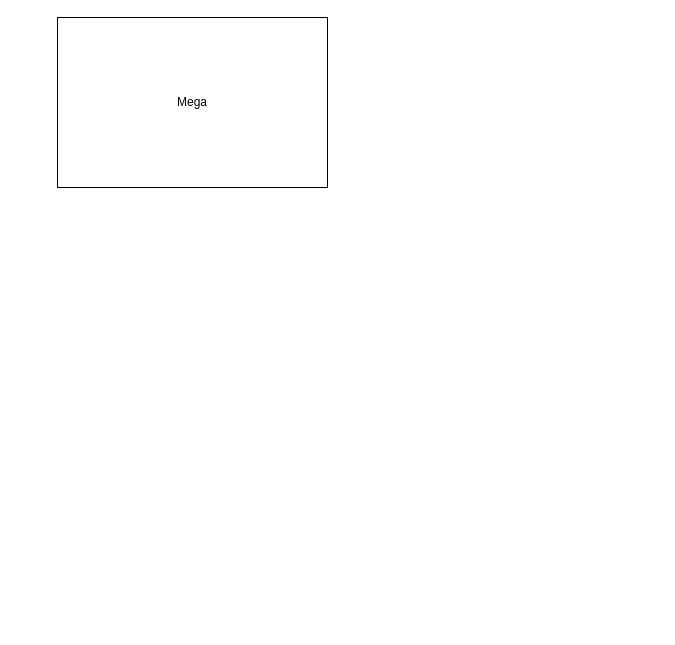
Before: diagram.drawio in leandrosly/autohome, a draw.io diagram. Source tidied: cells renumbered, new cells numbered last; positions are measured from the earlier drawing's top-left corner, leaving out a move shared by most shapes. Both pictures are drawn from the tidied source at 100%, with x=0, y=0 at pixel (57, 17).
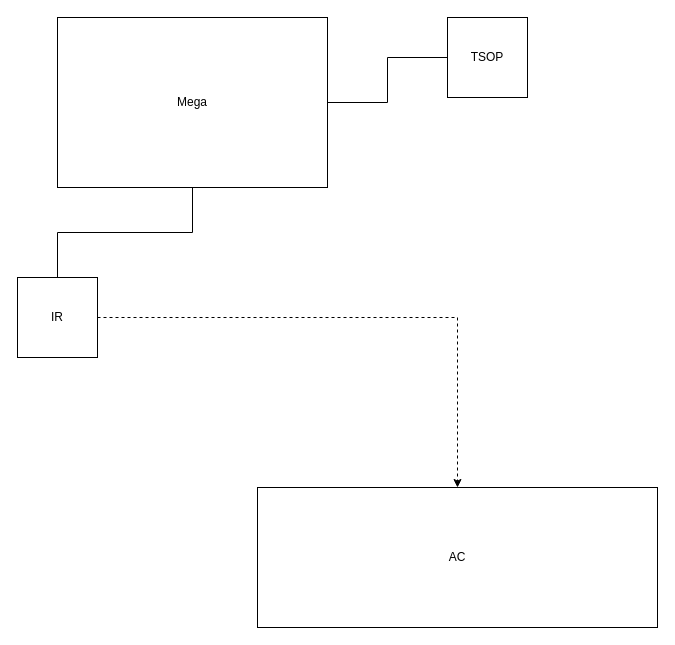
After the change.

The edit, as a diff of the source:
```diff
@@
 <mxGraphModel>
   <root>
     <mxCell id="0" />
     <mxCell id="1" parent="0" />
+    <mxCell id="3" style="edgeStyle=orthogonalEdgeStyle;rounded=0;jettySize=auto;html=1;endArrow=none;endFill=0;" parent="1" edge="1" source="2" target="5">
+      <mxGeometry relative="1" as="geometry" />
+    </mxCell>
     <mxCell id="2" value="Mega" style="rounded=0;whiteSpace=wrap;html=1;" parent="1" vertex="1">
       <mxGeometry width="270" height="170" as="geometry" />
     </mxCell>
+    <mxCell id="4" style="edgeStyle=orthogonalEdgeStyle;rounded=0;jettySize=auto;html=1;dashed=1;" parent="1" edge="1" source="5" target="6">
+      <mxGeometry relative="1" as="geometry" />
+    </mxCell>
+    <mxCell id="5" value="IR" style="whiteSpace=wrap;html=1;" parent="1" vertex="1">
+      <mxGeometry x="-40" y="260" width="80" height="80" as="geometry" />
+    </mxCell>
+    <mxCell id="6" value="AC" style="rounded=0;whiteSpace=wrap;html=1;" parent="1" vertex="1">
+      <mxGeometry x="200" y="470" width="400" height="140" as="geometry" />
+    </mxCell>
+    <mxCell id="7" style="edgeStyle=orthogonalEdgeStyle;rounded=0;jettySize=auto;html=1;endArrow=none;endFill=0;" parent="1" edge="1" source="8" target="2">
+      <mxGeometry relative="1" as="geometry" />
+    </mxCell>
+    <mxCell id="8" value="TSOP" style="whiteSpace=wrap;html=1;" parent="1" vertex="1">
+      <mxGeometry x="390" width="80" height="80" as="geometry" />
+    </mxCell>
   </root>
 </mxGraphModel>
```
